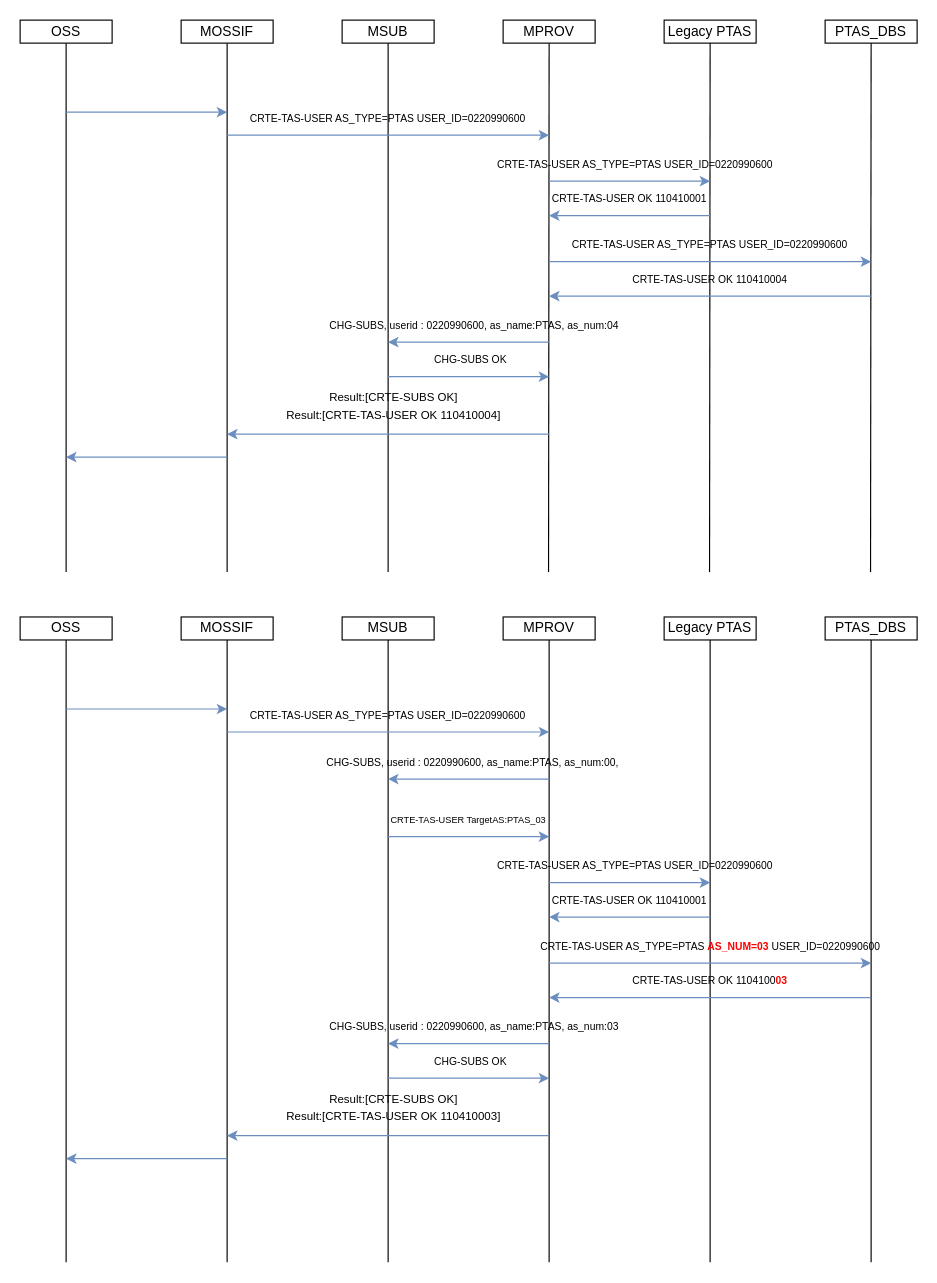
Earlier version of the draw.io diagram vPTAS 가입자 청약 기능 개선.drawio (JaeHyeon774/NEWTIL). Source tidied: cells renumbered, new cells numbered last; positions are measured from the earlier drawing's top-left corner, leaving out a move shared by most shapes. Both pictures are drawn from the tidied source at 115%, with x=0, y=0 at pixel (20, 20).
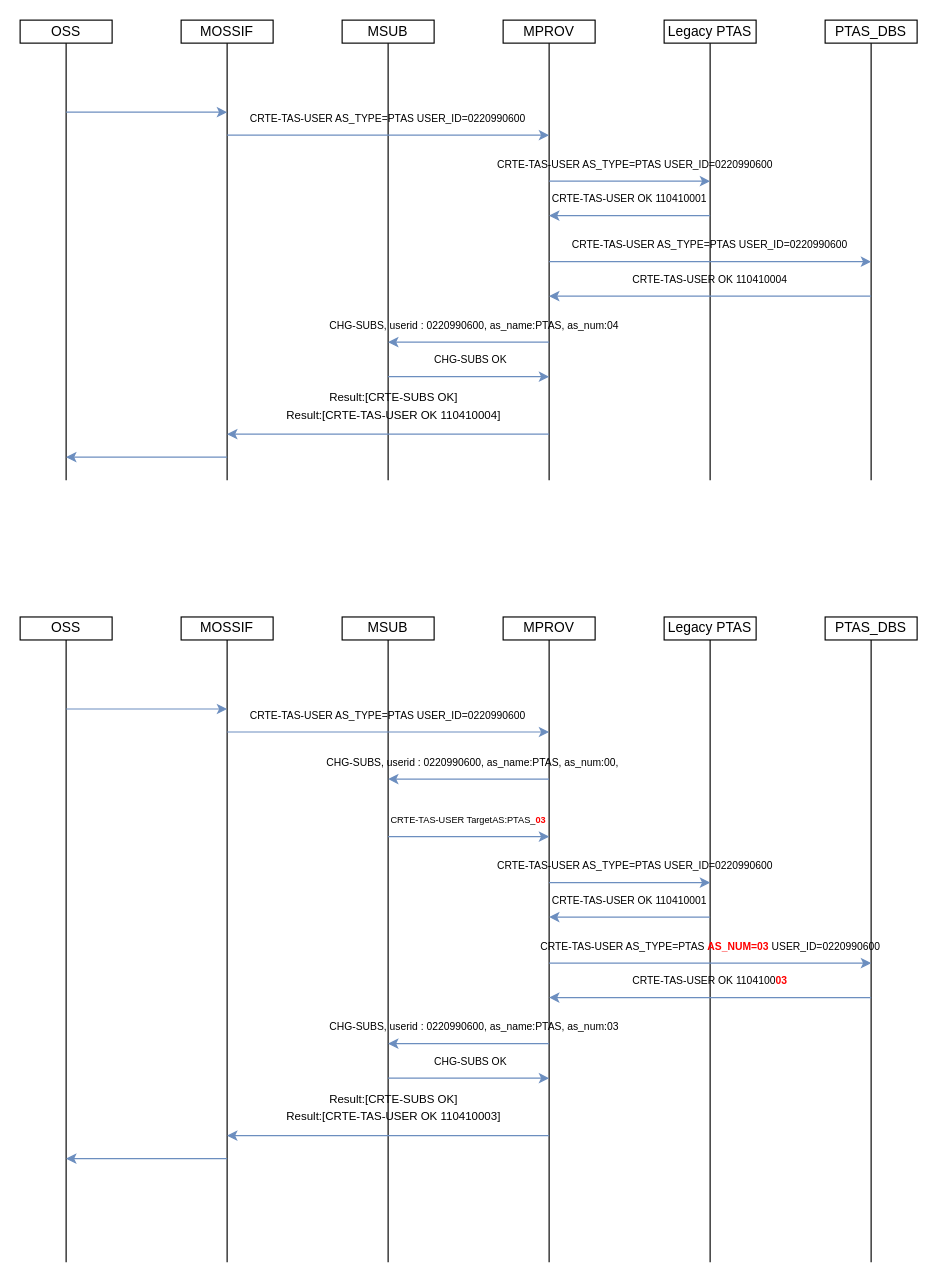
After the change.

Commit message:
vPTAS 가입자 청약 기능 개선.drawio 업데이트

The change refers to these unchanged cells:
```xml
<mxCell id="2" value="MOSSIF" style="rounded=0;whiteSpace=wrap;html=1;" parent="1" vertex="1">
  <mxGeometry x="140" width="80" height="20" as="geometry" />
</mxCell>
<mxCell id="3" value="OSS" style="rounded=0;whiteSpace=wrap;html=1;" parent="1" vertex="1">
  <mxGeometry width="80" height="20" as="geometry" />
</mxCell>
<mxCell id="4" value="MSUB" style="rounded=0;whiteSpace=wrap;html=1;" parent="1" vertex="1">
  <mxGeometry x="280" width="80" height="20" as="geometry" />
</mxCell>
<mxCell id="5" value="MPROV" style="rounded=0;whiteSpace=wrap;html=1;" parent="1" vertex="1">
  <mxGeometry x="420" width="80" height="20" as="geometry" />
</mxCell>
<mxCell id="6" value="Legacy PTAS" style="rounded=0;whiteSpace=wrap;html=1;" parent="1" vertex="1">
  <mxGeometry x="560" width="80" height="20" as="geometry" />
</mxCell>
<mxCell id="7" value="PTAS_DBS" style="rounded=0;whiteSpace=wrap;html=1;" parent="1" vertex="1">
  <mxGeometry x="700" width="80" height="20" as="geometry" />
</mxCell>
```

Change to the diagram source:
```diff
@@
     <mxCell id="8" style="endArrow=none;html=1;rounded=0;entryX=0.5;entryY=1;entryDx=0;entryDy=0;" parent="1" edge="1" target="3">
       <mxGeometry relative="1" as="geometry">
-        <mxPoint x="40" y="480" as="sourcePoint" />
+        <mxPoint x="40" y="400" as="sourcePoint" />
       </mxGeometry>
     </mxCell>
     <mxCell id="9" style="endArrow=none;html=1;rounded=0;entryX=0.5;entryY=1;entryDx=0;entryDy=0;" parent="1" edge="1" target="2">
       <mxGeometry relative="1" as="geometry">
-        <mxPoint x="180" y="480" as="sourcePoint" />
+        <mxPoint x="180" y="400" as="sourcePoint" />
       </mxGeometry>
     </mxCell>
     <mxCell id="10" style="endArrow=none;html=1;rounded=0;entryX=0.5;entryY=1;entryDx=0;entryDy=0;" parent="1" edge="1" target="4">
       <mxGeometry relative="1" as="geometry">
-        <mxPoint x="320" y="480" as="sourcePoint" />
+        <mxPoint x="320" y="400" as="sourcePoint" />
       </mxGeometry>
     </mxCell>
     <mxCell id="11" style="endArrow=none;html=1;rounded=0;entryX=0.5;entryY=1;entryDx=0;entryDy=0;" parent="1" edge="1" target="5">
       <mxGeometry relative="1" as="geometry">
-        <mxPoint x="459.5" y="480" as="sourcePoint" />
+        <mxPoint x="460" y="400" as="sourcePoint" />
       </mxGeometry>
     </mxCell>
     <mxCell id="12" style="endArrow=none;html=1;rounded=0;entryX=0.5;entryY=1;entryDx=0;entryDy=0;" parent="1" edge="1" target="6">
       <mxGeometry relative="1" as="geometry">
-        <mxPoint x="599.5" y="480" as="sourcePoint" />
+        <mxPoint x="600" y="400" as="sourcePoint" />
       </mxGeometry>
     </mxCell>
     <mxCell id="13" style="endArrow=none;html=1;rounded=0;entryX=0.5;entryY=1;entryDx=0;entryDy=0;" parent="1" edge="1" target="7">
       <mxGeometry relative="1" as="geometry">
-        <mxPoint x="739.5" y="480" as="sourcePoint" />
+        <mxPoint x="740" y="400" as="sourcePoint" />
       </mxGeometry>
     </mxCell>
@@
-    <mxCell id="65" value="&lt;span style=&quot;font-size: 8px;&quot;&gt;CRTE-TAS-USER TargetAS:PTAS_03&lt;/span&gt;" style="text;html=1;align=center;verticalAlign=middle;whiteSpace=wrap;rounded=0;" parent="1" vertex="1">
+    <mxCell id="65" value="&lt;span style=&quot;font-size: 8px;&quot;&gt;CRTE-TAS-USER TargetAS:PTAS_&lt;font style=&quot;color: rgb(255, 0, 0);&quot;&gt;&lt;b&gt;03&lt;/b&gt;&lt;/font&gt;&lt;/span&gt;" style="text;html=1;align=center;verticalAlign=middle;whiteSpace=wrap;rounded=0;" parent="1" vertex="1">
       <mxGeometry x="310" y="690" width="160" height="10" as="geometry" />
     </mxCell>
```
